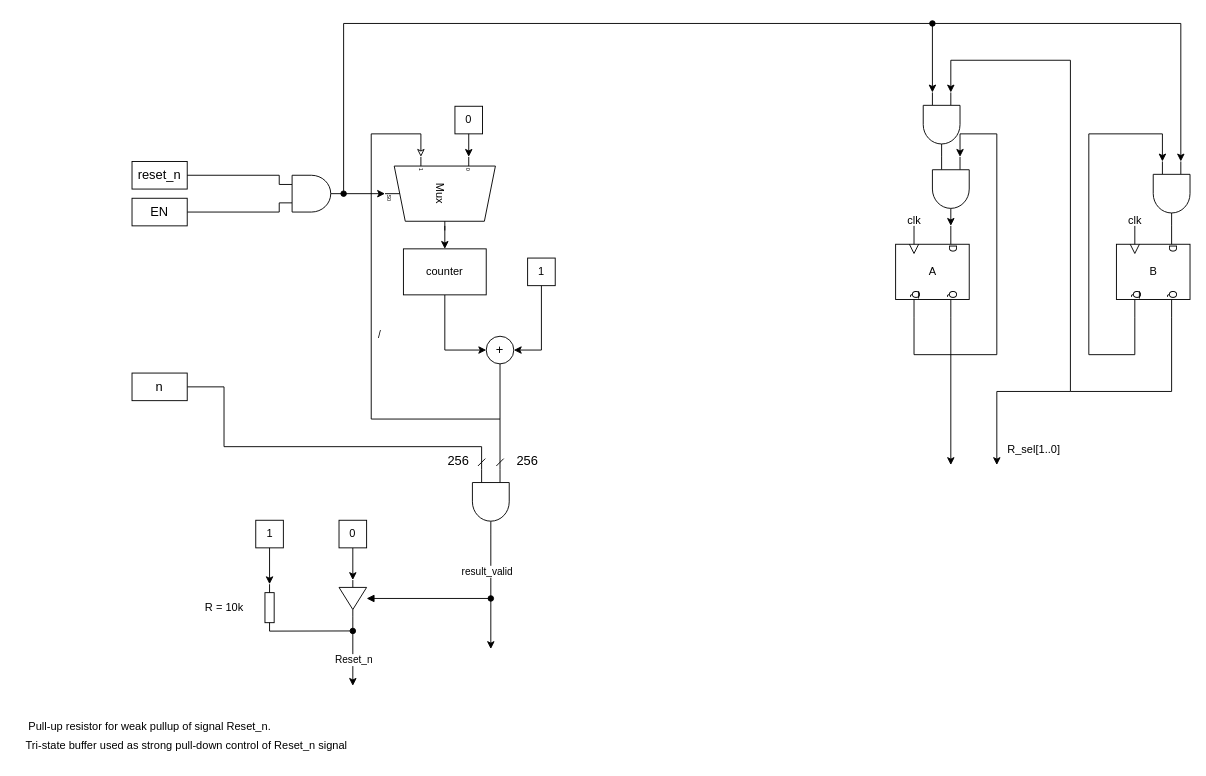
Above: page "FSM" (1 of 2) of TermProject/mult_with_mod.drawio in Lorangs/TFE4141_Digital_Design_1 (draw.io), before the change. Source tidied: cells renumbered, new cells numbered last; positions are measured from the earlier drawing's top-left corner, leaving out a move shared by most shapes. Both pictures are drawn from the tidied source at 92%, with x=0, y=0 at pixel (16, 23).
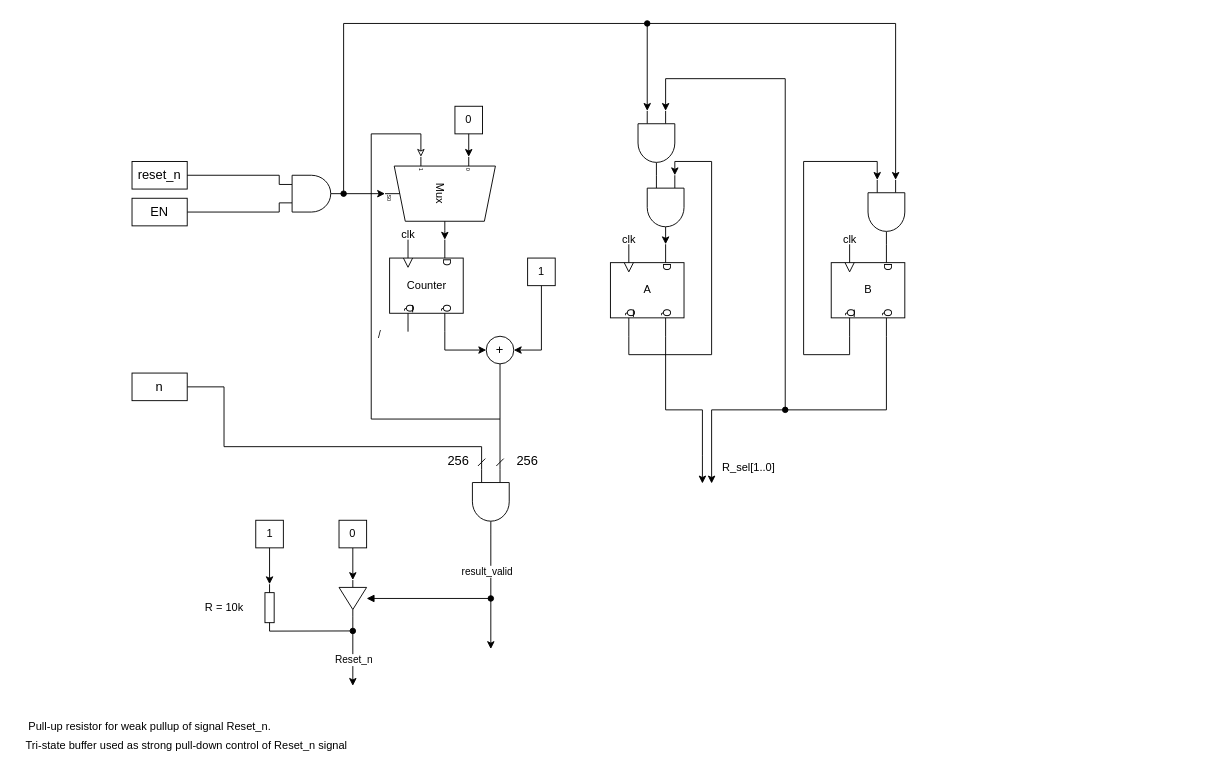
The same diagram, later.

Commit message (it also covers changes not shown here):
flere små endringer i tegning

The change refers to these unchanged cells:
```xml
<mxCell id="12" value="+" style="ellipse;whiteSpace=wrap;html=1;fontSize=14;rounded=0;" parent="1" vertex="1">
  <mxGeometry x="511" y="340" width="30" height="30" as="geometry" />
</mxCell>
<mxCell id="19" value="Mux" style="shadow=0;dashed=0;align=center;html=1;strokeWidth=1;shape=mxgraph.electrical.abstract.mux2;whiteSpace=wrap;rotation=90;strokeColor=default;flipH=0;flipV=0;" parent="1" vertex="1">
  <mxGeometry x="421" y="125" width="80" height="120" as="geometry" />
</mxCell>
<mxCell id="21" style="verticalLabelPosition=bottom;shadow=0;dashed=0;align=center;html=1;verticalAlign=top;shape=mxgraph.electrical.logic_gates.logic_gate;operation=and;" parent="1" vertex="1">
  <mxGeometry x="286" y="165" width="70" height="40" as="geometry" />
</mxCell>
```

Diff of the diagram source:
```diff
@@
-    <mxCell id="2" style="edgeStyle=none;rounded=1;html=1;exitX=0.5;exitY=0;exitDx=0;exitDy=0;entryX=0.5;entryY=0;entryDx=0;entryDy=0;" parent="1" edge="1" target="14">
-      <mxGeometry relative="1" as="geometry">
-        <mxPoint x="466" y="220" as="sourcePoint" />
-      </mxGeometry>
-    </mxCell>
@@
-    <mxCell id="13" style="edgeStyle=none;rounded=0;html=1;exitX=0.5;exitY=1;exitDx=0;exitDy=0;entryX=0;entryY=0.5;entryDx=0;entryDy=0;curved=0;" parent="1" edge="1" source="14" target="12">
-      <mxGeometry relative="1" as="geometry">
-        <Array as="points">
-          <mxPoint x="466" y="355" />
-        </Array>
-      </mxGeometry>
-    </mxCell>
-    <mxCell id="14" value="counter" style="rounded=0;whiteSpace=wrap;html=1;" parent="1" vertex="1">
-      <mxGeometry x="421" y="245" width="90" height="50" as="geometry" />
-    </mxCell>
@@
     <mxCell id="20" style="edgeStyle=none;html=1;exitX=1;exitY=0.5;exitDx=0;exitDy=0;exitPerimeter=0;rounded=0;curved=0;entryX=0;entryY=0.75;entryDx=0;entryDy=0;entryPerimeter=0;startArrow=oval;startFill=1;" parent="1" edge="1" source="21" target="34">
       <mxGeometry relative="1" as="geometry">
         <Array as="points">
           <mxPoint x="356" />
-          <mxPoint x="996" />
+          <mxPoint x="686" />
         </Array>
       </mxGeometry>
     </mxCell>
@@
-    <mxCell id="29" style="edgeStyle=none;html=1;exitX=1;exitY=0.25;exitDx=0;exitDy=0;exitPerimeter=0;" parent="1" edge="1" source="30">
+    <mxCell id="29" style="edgeStyle=none;html=1;exitX=1;exitY=0.25;exitDx=0;exitDy=0;exitPerimeter=0;rounded=0;curved=0;" parent="1" edge="1" source="30">
       <mxGeometry relative="1" as="geometry">
-        <mxPoint x="1016" y="480" as="targetPoint" />
+        <mxPoint x="746" y="500" as="targetPoint" />
+        <Array as="points">
+          <mxPoint x="706" y="420" />
+          <mxPoint x="746" y="420" />
+          <mxPoint x="746" y="470" />
+        </Array>
       </mxGeometry>
     </mxCell>
     <mxCell id="30" style="verticalLabelPosition=bottom;shadow=0;dashed=0;align=center;html=1;verticalAlign=top;shape=mxgraph.electrical.logic_gates.d_type_flip-flop;rotation=90;" parent="1" vertex="1">
-      <mxGeometry x="946" y="230" width="100" height="80" as="geometry" />
+      <mxGeometry x="636" y="250" width="100" height="80" as="geometry" />
     </mxCell>
     <mxCell id="31" style="verticalLabelPosition=bottom;shadow=0;dashed=0;align=center;html=1;verticalAlign=top;shape=mxgraph.electrical.logic_gates.d_type_flip-flop;rotation=90;" parent="1" vertex="1">
-      <mxGeometry x="1186" y="230" width="100" height="80" as="geometry" />
+      <mxGeometry x="876" y="250" width="100" height="80" as="geometry" />
     </mxCell>
     <mxCell id="32" value="A" style="text;html=1;align=center;verticalAlign=middle;strokeColor=none;fillColor=none;" parent="1" vertex="1">
-      <mxGeometry x="981" y="255" width="30" height="30" as="geometry" />
+      <mxGeometry x="671" y="275" width="30" height="30" as="geometry" />
     </mxCell>
     <mxCell id="33" value="B" style="text;html=1;align=center;verticalAlign=middle;strokeColor=none;fillColor=none;" parent="1" vertex="1">
-      <mxGeometry x="1221" y="255" width="30" height="30" as="geometry" />
+      <mxGeometry x="911" y="275" width="30" height="30" as="geometry" />
     </mxCell>
     <mxCell id="34" style="verticalLabelPosition=bottom;shadow=0;dashed=0;align=center;html=1;verticalAlign=top;shape=mxgraph.electrical.logic_gates.logic_gate;operation=and;rotation=90;" parent="1" vertex="1">
-      <mxGeometry x="971" y="90" width="70" height="40" as="geometry" />
+      <mxGeometry x="661" y="110" width="70" height="40" as="geometry" />
     </mxCell>
     <mxCell id="35" style="verticalLabelPosition=bottom;shadow=0;dashed=0;align=center;html=1;verticalAlign=top;shape=mxgraph.electrical.logic_gates.logic_gate;operation=and;rotation=90;" parent="1" vertex="1">
-      <mxGeometry x="981" y="160" width="70" height="40" as="geometry" />
+      <mxGeometry x="671" y="180" width="70" height="40" as="geometry" />
     </mxCell>
     <mxCell id="36" style="verticalLabelPosition=bottom;shadow=0;dashed=0;align=center;html=1;verticalAlign=top;shape=mxgraph.electrical.logic_gates.logic_gate;operation=and;rotation=90;" parent="1" vertex="1">
-      <mxGeometry x="1221" y="165" width="70" height="40" as="geometry" />
+      <mxGeometry x="911" y="185" width="70" height="40" as="geometry" />
     </mxCell>
@@
     <mxCell id="39" style="edgeStyle=none;html=1;exitX=1;exitY=0.75;exitDx=0;exitDy=0;exitPerimeter=0;entryX=0;entryY=0.75;entryDx=0;entryDy=0;entryPerimeter=0;rounded=0;curved=0;" parent="1" edge="1" source="31" target="36">
       <mxGeometry relative="1" as="geometry">
         <Array as="points">
-          <mxPoint x="1216" y="360" />
-          <mxPoint x="1166" y="360" />
-          <mxPoint x="1166" y="120" />
-          <mxPoint x="1246" y="120" />
+          <mxPoint x="906" y="360" />
+          <mxPoint x="856" y="360" />
+          <mxPoint x="856" y="150" />
+          <mxPoint x="936" y="150" />
         </Array>
       </mxGeometry>
     </mxCell>
     <mxCell id="40" style="edgeStyle=none;html=1;exitX=1;exitY=0.75;exitDx=0;exitDy=0;exitPerimeter=0;entryX=0;entryY=0.25;entryDx=0;entryDy=0;entryPerimeter=0;rounded=0;curved=0;" parent="1" edge="1" source="30" target="35">
       <mxGeometry relative="1" as="geometry">
         <Array as="points">
-          <mxPoint x="976" y="360" />
-          <mxPoint x="1066" y="360" />
-          <mxPoint x="1066" y="120" />
-          <mxPoint x="1026" y="120" />
+          <mxPoint x="666" y="360" />
+          <mxPoint x="756" y="360" />
+          <mxPoint x="756" y="150" />
+          <mxPoint x="716" y="150" />
         </Array>
       </mxGeometry>
     </mxCell>
     <mxCell id="41" style="endArrow=classic;html=1;entryX=0;entryY=0.25;entryDx=0;entryDy=0;entryPerimeter=0;rounded=0;curved=0;startArrow=oval;startFill=1;" parent="1" edge="1" target="36">
       <mxGeometry relative="1" as="geometry">
-        <mxPoint x="996" as="sourcePoint" />
+        <mxPoint x="686" as="sourcePoint" />
         <Array as="points">
-          <mxPoint x="1266" />
+          <mxPoint x="956" />
         </Array>
       </mxGeometry>
     </mxCell>
     <mxCell id="42" style="edgeStyle=none;html=1;exitX=1;exitY=0.25;exitDx=0;exitDy=0;exitPerimeter=0;entryX=0;entryY=0.25;entryDx=0;entryDy=0;entryPerimeter=0;rounded=0;curved=0;" parent="1" edge="1" source="31" target="34">
       <mxGeometry relative="1" as="geometry">
         <Array as="points">
-          <mxPoint x="1256" y="400" />
-          <mxPoint x="1146" y="400" />
-          <mxPoint x="1146" y="40" />
-          <mxPoint x="1016" y="40" />
+          <mxPoint x="946" y="420" />
+          <mxPoint x="836" y="420" />
+          <mxPoint x="836" y="60" />
+          <mxPoint x="706" y="60" />
         </Array>
       </mxGeometry>
     </mxCell>
-    <mxCell id="43" style="endArrow=classic;html=1;rounded=0;curved=0;" parent="1" edge="1">
+    <mxCell id="43" style="endArrow=classic;html=1;rounded=0;curved=0;startArrow=oval;startFill=1;" parent="1" edge="1">
       <mxGeometry relative="1" as="geometry">
-        <mxPoint x="1146" y="400" as="sourcePoint" />
-        <mxPoint x="1066" y="480" as="targetPoint" />
+        <mxPoint x="836" y="420" as="sourcePoint" />
+        <mxPoint x="756" y="500" as="targetPoint" />
         <Array as="points">
-          <mxPoint x="1066" y="400" />
+          <mxPoint x="756" y="420" />
         </Array>
       </mxGeometry>
     </mxCell>
     <mxCell id="44" value="R_sel[1..0]" style="text;html=1;align=center;verticalAlign=middle;strokeColor=none;fillColor=none;" parent="1" vertex="1">
-      <mxGeometry x="1066" y="448" width="80" height="30" as="geometry" />
+      <mxGeometry x="756" y="468" width="80" height="30" as="geometry" />
     </mxCell>
     <mxCell id="45" value="clk" style="text;html=1;align=center;verticalAlign=middle;strokeColor=none;fillColor=none;" parent="1" vertex="1">
-      <mxGeometry x="956" y="200" width="40" height="30" as="geometry" />
+      <mxGeometry x="646" y="220" width="40" height="30" as="geometry" />
     </mxCell>
     <mxCell id="46" value="clk" style="text;html=1;align=center;verticalAlign=middle;strokeColor=none;fillColor=none;" parent="1" vertex="1">
-      <mxGeometry x="1196" y="200" width="40" height="30" as="geometry" />
+      <mxGeometry x="886" y="220" width="40" height="30" as="geometry" />
     </mxCell>
@@
+    <mxCell id="60" style="edgeStyle=none;html=1;exitX=1;exitY=0.25;exitDx=0;exitDy=0;exitPerimeter=0;entryX=0;entryY=0.5;entryDx=0;entryDy=0;rounded=0;curved=0;" parent="1" edge="1" source="61" target="12">
+      <mxGeometry relative="1" as="geometry">
+        <Array as="points">
+          <mxPoint x="466" y="355" />
+        </Array>
+      </mxGeometry>
+    </mxCell>
+    <mxCell id="61" style="verticalLabelPosition=bottom;shadow=0;dashed=0;align=center;html=1;verticalAlign=top;shape=mxgraph.electrical.logic_gates.d_type_flip-flop;rotation=90;" parent="1" vertex="1">
+      <mxGeometry x="396" y="245" width="100" height="80" as="geometry" />
+    </mxCell>
+    <mxCell id="62" value="Counter" style="text;html=1;align=center;verticalAlign=middle;strokeColor=none;fillColor=none;" parent="1" vertex="1">
+      <mxGeometry x="411" y="270" width="70" height="30" as="geometry" />
+    </mxCell>
+    <mxCell id="63" style="edgeStyle=none;html=1;exitX=1;exitY=0.5;exitDx=0;exitDy=-5;exitPerimeter=0;entryX=0;entryY=0.25;entryDx=0;entryDy=0;entryPerimeter=0;" parent="1" edge="1" source="19" target="61">
+      <mxGeometry relative="1" as="geometry" />
+    </mxCell>
+    <mxCell id="64" value="clk" style="text;html=1;align=center;verticalAlign=middle;strokeColor=none;fillColor=none;" parent="1" vertex="1">
+      <mxGeometry x="406" y="215" width="40" height="30" as="geometry" />
+    </mxCell>
```
